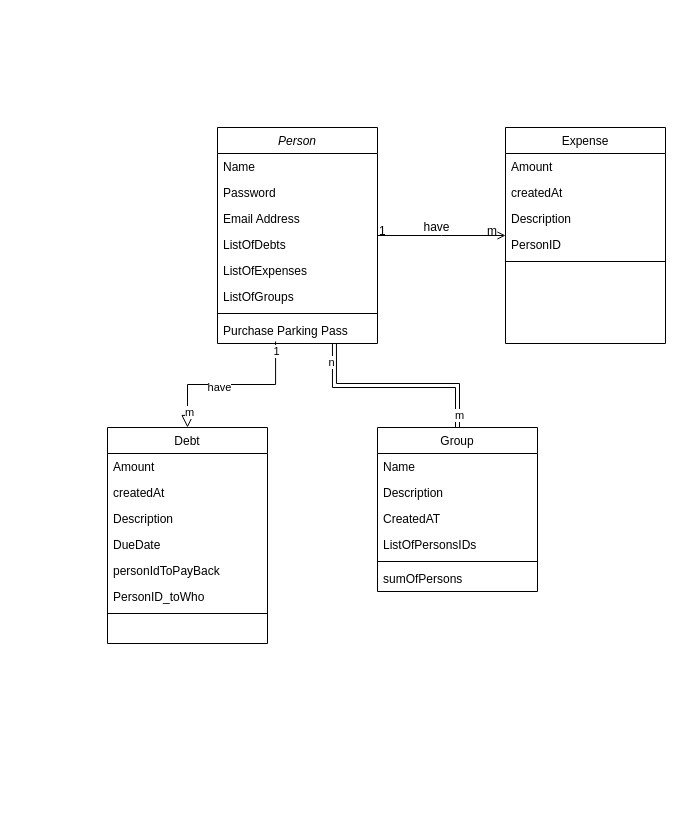
This is Untitled Diagram.drawio from herianp/expense-sharing-app, a draw.io file, before an edit. Source tidied: cells renumbered, new cells numbered last; positions are measured from the earlier drawing's top-left corner, leaving out a move shared by most shapes. Both pictures are drawn from the tidied source at 100%, with x=0, y=0 at pixel (107, 127).
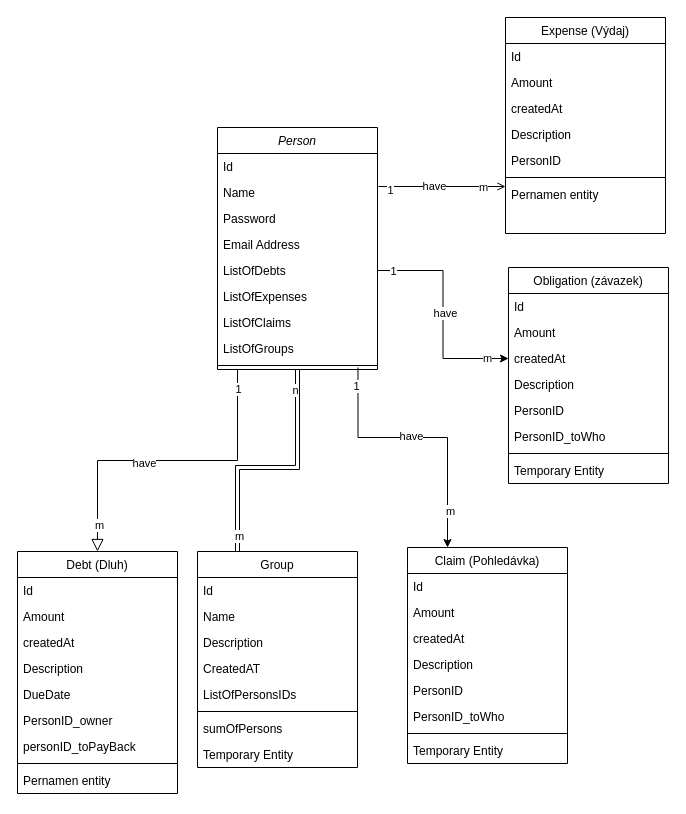
The same diagram, later.

The edit, as a diff of the source:
```diff
@@
     <mxCell id="2" value="Person" style="swimlane;fontStyle=2;align=center;verticalAlign=top;horizontal=1;startSize=26;rounded=0;shadow=0;strokeWidth=1;" parent="1" vertex="1">
-      <mxGeometry x="110" width="160" height="216" as="geometry" />
+      <mxGeometry x="110" width="160" height="242" as="geometry" />
     </mxCell>
+    <mxCell id="43" value="Id" style="text;align=left;verticalAlign=top;spacingLeft=4;spacingRight=4;overflow=hidden;" parent="2" vertex="1">
+      <mxGeometry y="26" width="160" height="26" as="geometry" />
+    </mxCell>
     <mxCell id="3" value="Name" style="text;align=left;verticalAlign=top;spacingLeft=4;spacingRight=4;overflow=hidden;points=[[0,0.5],[1,0.5]];portConstraint=eastwest;" parent="2" vertex="1">
-      <mxGeometry y="26" width="160" height="26" as="geometry" />
+      <mxGeometry y="52" width="160" height="26" as="geometry" />
     </mxCell>
     <mxCell id="4" value="Password" style="text;align=left;verticalAlign=top;spacingLeft=4;spacingRight=4;overflow=hidden;rounded=0;shadow=0;html=0;" parent="2" vertex="1">
-      <mxGeometry y="52" width="160" height="26" as="geometry" />
+      <mxGeometry y="78" width="160" height="26" as="geometry" />
     </mxCell>
     <mxCell id="5" value="Email Address" style="text;align=left;verticalAlign=top;spacingLeft=4;spacingRight=4;overflow=hidden;rounded=0;shadow=0;html=0;" parent="2" vertex="1">
-      <mxGeometry y="78" width="160" height="26" as="geometry" />
+      <mxGeometry y="104" width="160" height="26" as="geometry" />
     </mxCell>
     <mxCell id="6" value="ListOfDebts" style="text;align=left;verticalAlign=top;spacingLeft=4;spacingRight=4;overflow=hidden;points=[[0,0.5],[1,0.5]];portConstraint=eastwest;rounded=0;shadow=0;html=0;" parent="2" vertex="1">
-      <mxGeometry y="104" width="160" height="26" as="geometry" />
+      <mxGeometry y="130" width="160" height="26" as="geometry" />
     </mxCell>
     <mxCell id="7" value="ListOfExpenses" style="text;align=left;verticalAlign=top;spacingLeft=4;spacingRight=4;overflow=hidden;rounded=0;shadow=0;html=0;" parent="2" vertex="1">
-      <mxGeometry y="130" width="160" height="26" as="geometry" />
+      <mxGeometry y="156" width="160" height="26" as="geometry" />
     </mxCell>
+    <mxCell id="44" value="ListOfClaims" style="text;align=left;verticalAlign=top;spacingLeft=4;spacingRight=4;overflow=hidden;rounded=0;shadow=0;html=0;" parent="2" vertex="1">
+      <mxGeometry y="182" width="160" height="26" as="geometry" />
+    </mxCell>
     <mxCell id="8" value="ListOfGroups" style="text;align=left;verticalAlign=top;spacingLeft=4;spacingRight=4;overflow=hidden;rounded=0;shadow=0;html=0;" parent="2" vertex="1">
-      <mxGeometry y="156" width="160" height="26" as="geometry" />
+      <mxGeometry y="208" width="160" height="26" as="geometry" />
     </mxCell>
     <mxCell id="9" style="line;html=1;strokeWidth=1;align=left;verticalAlign=middle;spacingTop=-1;spacingLeft=3;spacingRight=3;labelPosition=right;points=[];portConstraint=eastwest;" parent="2" vertex="1">
-      <mxGeometry y="182" width="160" height="8" as="geometry" />
+      <mxGeometry y="234" width="160" height="8" as="geometry" />
     </mxCell>
-    <mxCell id="10" value="Purchase Parking Pass" style="text;align=left;verticalAlign=top;spacingLeft=4;spacingRight=4;overflow=hidden;points=[[0,0.5],[1,0.5]];portConstraint=eastwest;" parent="2" vertex="1">
-      <mxGeometry y="190" width="160" height="26" as="geometry" />
-    </mxCell>
-    <mxCell id="11" style="endArrow=block;endSize=10;endFill=0;shadow=0;strokeWidth=1;rounded=0;edgeStyle=elbowEdgeStyle;elbow=vertical;exitX=0.363;exitY=0.923;exitDx=0;exitDy=0;exitPerimeter=0;entryX=0.5;entryY=0;entryDx=0;entryDy=0;" parent="1" edge="1" source="10" target="35">
-      <mxGeometry relative="1" as="geometry" />
+    <mxCell id="11" style="endArrow=block;endSize=10;endFill=0;shadow=0;strokeWidth=1;rounded=0;edgeStyle=elbowEdgeStyle;elbow=vertical;entryX=0.5;entryY=0;entryDx=0;entryDy=0;" parent="1" edge="1" target="35">
+      <mxGeometry relative="1" as="geometry">
+        <mxPoint x="130" y="242" as="sourcePoint" />
+      </mxGeometry>
     </mxCell>
@@
     <mxCell id="15" value="Group" style="swimlane;fontStyle=0;align=center;verticalAlign=top;horizontal=1;startSize=26;rounded=0;shadow=0;strokeWidth=1;" parent="1" vertex="1">
-      <mxGeometry x="270" y="300" width="160" height="164" as="geometry" />
+      <mxGeometry x="90" y="424" width="160" height="216" as="geometry" />
     </mxCell>
+    <mxCell id="45" value="Id" style="text;align=left;verticalAlign=top;spacingLeft=4;spacingRight=4;overflow=hidden;" parent="15" vertex="1">
+      <mxGeometry y="26" width="160" height="26" as="geometry" />
+    </mxCell>
     <mxCell id="16" value="Name" style="text;align=left;verticalAlign=top;spacingLeft=4;spacingRight=4;overflow=hidden;" parent="15" vertex="1">
-      <mxGeometry y="26" width="160" height="26" as="geometry" />
+      <mxGeometry y="52" width="160" height="26" as="geometry" />
     </mxCell>
     <mxCell id="17" value="Description" style="text;align=left;verticalAlign=top;spacingLeft=4;spacingRight=4;overflow=hidden;" parent="15" vertex="1">
-      <mxGeometry y="52" width="160" height="26" as="geometry" />
+      <mxGeometry y="78" width="160" height="26" as="geometry" />
     </mxCell>
     <mxCell id="18" value="CreatedAT" style="text;align=left;verticalAlign=top;spacingLeft=4;spacingRight=4;overflow=hidden;" parent="15" vertex="1">
-      <mxGeometry y="78" width="160" height="26" as="geometry" />
+      <mxGeometry y="104" width="160" height="26" as="geometry" />
     </mxCell>
     <mxCell id="19" value="ListOfPersonsIDs" style="text;align=left;verticalAlign=top;spacingLeft=4;spacingRight=4;overflow=hidden;" parent="15" vertex="1">
-      <mxGeometry y="104" width="160" height="26" as="geometry" />
+      <mxGeometry y="130" width="160" height="26" as="geometry" />
     </mxCell>
     <mxCell id="20" style="line;html=1;strokeWidth=1;align=left;verticalAlign=middle;spacingTop=-1;spacingLeft=3;spacingRight=3;labelPosition=right;" parent="15" vertex="1">
-      <mxGeometry y="130" width="160" height="8" as="geometry" />
+      <mxGeometry y="156" width="160" height="8" as="geometry" />
     </mxCell>
     <mxCell id="21" value="sumOfPersons" style="text;align=left;verticalAlign=top;spacingLeft=4;spacingRight=4;overflow=hidden;" parent="15" vertex="1">
-      <mxGeometry y="138" width="160" height="26" as="geometry" />
+      <mxGeometry y="164" width="160" height="26" as="geometry" />
     </mxCell>
+    <mxCell id="46" value="Temporary Entity&#10;" style="text;align=left;verticalAlign=top;spacingLeft=4;spacingRight=4;overflow=hidden;rounded=0;shadow=0;html=0;" parent="15" vertex="1">
+      <mxGeometry y="190" width="160" height="26" as="geometry" />
+    </mxCell>
-    <mxCell id="22" style="endArrow=block;endFill=0;shadow=0;strokeWidth=1;rounded=0;edgeStyle=elbowEdgeStyle;elbow=vertical;exitX=0.5;exitY=0;exitDx=0;exitDy=0;entryX=0.731;entryY=1;entryDx=0;entryDy=0;entryPerimeter=0;shape=link;" parent="1" edge="1" source="15" target="10">
-      <mxGeometry relative="1" as="geometry" />
+    <mxCell id="22" style="endArrow=block;endFill=0;shadow=0;strokeWidth=1;rounded=0;edgeStyle=elbowEdgeStyle;elbow=vertical;exitX=0.25;exitY=0;exitDx=0;exitDy=0;entryX=0.5;entryY=1;entryDx=0;entryDy=0;shape=link;" parent="1" edge="1" source="15" target="2">
+      <mxGeometry relative="1" as="geometry">
+        <Array as="points">
+          <mxPoint x="190" y="340" />
+        </Array>
+      </mxGeometry>
     </mxCell>
@@
-    <mxCell id="25" value="Expense" style="swimlane;fontStyle=0;align=center;verticalAlign=top;horizontal=1;startSize=26;rounded=0;shadow=0;strokeWidth=1;" parent="1" vertex="1">
-      <mxGeometry x="398" width="160" height="216" as="geometry" />
+    <mxCell id="25" value="Expense (Výdaj)" style="swimlane;fontStyle=0;align=center;verticalAlign=top;horizontal=1;startSize=26;rounded=0;shadow=0;strokeWidth=1;" parent="1" vertex="1">
+      <mxGeometry x="398" y="-110" width="160" height="216" as="geometry" />
     </mxCell>
+    <mxCell id="47" value="Id" style="text;align=left;verticalAlign=top;spacingLeft=4;spacingRight=4;overflow=hidden;" parent="25" vertex="1">
+      <mxGeometry y="26" width="160" height="26" as="geometry" />
+    </mxCell>
     <mxCell id="26" value="Amount" style="text;align=left;verticalAlign=top;spacingLeft=4;spacingRight=4;overflow=hidden;" parent="25" vertex="1">
-      <mxGeometry y="26" width="160" height="26" as="geometry" />
+      <mxGeometry y="52" width="160" height="26" as="geometry" />
     </mxCell>
     <mxCell id="27" value="createdAt" style="text;align=left;verticalAlign=top;spacingLeft=4;spacingRight=4;overflow=hidden;rounded=0;shadow=0;html=0;" parent="25" vertex="1">
-      <mxGeometry y="52" width="160" height="26" as="geometry" />
+      <mxGeometry y="78" width="160" height="26" as="geometry" />
     </mxCell>
     <mxCell id="28" value="Description" style="text;align=left;verticalAlign=top;spacingLeft=4;spacingRight=4;overflow=hidden;rounded=0;shadow=0;html=0;" parent="25" vertex="1">
-      <mxGeometry y="78" width="160" height="26" as="geometry" />
+      <mxGeometry y="104" width="160" height="26" as="geometry" />
     </mxCell>
     <mxCell id="29" value="PersonID" style="text;align=left;verticalAlign=top;spacingLeft=4;spacingRight=4;overflow=hidden;rounded=0;shadow=0;html=0;" parent="25" vertex="1">
-      <mxGeometry y="104" width="160" height="26" as="geometry" />
+      <mxGeometry y="130" width="160" height="26" as="geometry" />
     </mxCell>
     <mxCell id="30" style="line;html=1;strokeWidth=1;align=left;verticalAlign=middle;spacingTop=-1;spacingLeft=3;spacingRight=3;labelPosition=right;" parent="25" vertex="1">
-      <mxGeometry y="130" width="160" height="8" as="geometry" />
+      <mxGeometry y="156" width="160" height="8" as="geometry" />
     </mxCell>
+    <mxCell id="48" value="Pernamen entity" style="text;align=left;verticalAlign=top;spacingLeft=4;spacingRight=4;overflow=hidden;rounded=0;shadow=0;html=0;" parent="25" vertex="1">
+      <mxGeometry y="164" width="160" height="26" as="geometry" />
+    </mxCell>
-    <mxCell id="31" style="endArrow=open;shadow=0;strokeWidth=1;rounded=0;endFill=1;edgeStyle=elbowEdgeStyle;elbow=vertical;" parent="1" edge="1" source="2" target="25">
+    <mxCell id="31" style="endArrow=open;shadow=0;strokeWidth=1;rounded=0;endFill=1;edgeStyle=elbowEdgeStyle;elbow=vertical;exitX=1.006;exitY=0.269;exitDx=0;exitDy=0;exitPerimeter=0;" parent="1" edge="1" source="3" target="25">
       <mxGeometry x="0.5" y="41" relative="1" as="geometry">
         <mxPoint x="-40" y="32" as="offset" />
       </mxGeometry>
     </mxCell>
-    <mxCell id="32" value="1" style="align=left;verticalAlign=bottom;labelBackgroundColor=none;fontSize=12;" parent="31" vertex="1">
-      <mxGeometry x="-1" relative="1" as="geometry">
-        <mxPoint y="4" as="offset" />
-      </mxGeometry>
-    </mxCell>
-    <mxCell id="33" value="m" style="align=right;verticalAlign=bottom;labelBackgroundColor=none;fontSize=12;" parent="31" vertex="1">
-      <mxGeometry x="1" relative="1" as="geometry">
-        <mxPoint x="-7" y="4" as="offset" />
-      </mxGeometry>
-    </mxCell>
-    <mxCell id="34" value="have" style="text;html=1;align=center;verticalAlign=middle;labelBackgroundColor=none;rounded=0;shadow=0;strokeWidth=1;fontSize=12;" parent="31" vertex="1">
-      <mxGeometry x="0.5" y="49" relative="1" as="geometry">
-        <mxPoint x="-38" y="40" as="offset" />
-      </mxGeometry>
-    </mxCell>
+    <mxCell id="49" value="m" style="edgeLabel;html=1;align=center;verticalAlign=middle;" parent="31" vertex="1">
+      <mxGeometry x="0.66" relative="1" as="geometry" />
+    </mxCell>
+    <mxCell id="50" value="have" style="edgeLabel;html=1;align=center;verticalAlign=middle;" parent="31" vertex="1">
+      <mxGeometry x="-0.12" y="1" relative="1" as="geometry" />
+    </mxCell>
+    <mxCell id="51" value="1" style="edgeLabel;html=1;align=center;verticalAlign=middle;" parent="31" vertex="1">
+      <mxGeometry x="-0.81" y="-3" relative="1" as="geometry" />
+    </mxCell>
-    <mxCell id="35" value="Debt" style="swimlane;fontStyle=0;align=center;verticalAlign=top;horizontal=1;startSize=26;rounded=0;shadow=0;strokeWidth=1;" parent="1" vertex="1">
-      <mxGeometry y="300" width="160" height="216" as="geometry" />
+    <mxCell id="35" value="Debt (Dluh)" style="swimlane;fontStyle=0;align=center;verticalAlign=top;horizontal=1;startSize=26;rounded=0;shadow=0;strokeWidth=1;" parent="1" vertex="1">
+      <mxGeometry x="-90" y="424" width="160" height="242" as="geometry" />
     </mxCell>
+    <mxCell id="52" value="Id" style="text;align=left;verticalAlign=top;spacingLeft=4;spacingRight=4;overflow=hidden;" parent="35" vertex="1">
+      <mxGeometry y="26" width="160" height="26" as="geometry" />
+    </mxCell>
     <mxCell id="36" value="Amount" style="text;align=left;verticalAlign=top;spacingLeft=4;spacingRight=4;overflow=hidden;" parent="35" vertex="1">
-      <mxGeometry y="26" width="160" height="26" as="geometry" />
+      <mxGeometry y="52" width="160" height="26" as="geometry" />
     </mxCell>
     <mxCell id="37" value="createdAt" style="text;align=left;verticalAlign=top;spacingLeft=4;spacingRight=4;overflow=hidden;rounded=0;shadow=0;html=0;" parent="35" vertex="1">
-      <mxGeometry y="52" width="160" height="26" as="geometry" />
+      <mxGeometry y="78" width="160" height="26" as="geometry" />
     </mxCell>
     <mxCell id="38" value="Description" style="text;align=left;verticalAlign=top;spacingLeft=4;spacingRight=4;overflow=hidden;rounded=0;shadow=0;html=0;" parent="35" vertex="1">
-      <mxGeometry y="78" width="160" height="26" as="geometry" />
+      <mxGeometry y="104" width="160" height="26" as="geometry" />
     </mxCell>
     <mxCell id="39" value="DueDate" style="text;align=left;verticalAlign=top;spacingLeft=4;spacingRight=4;overflow=hidden;rounded=0;shadow=0;html=0;" parent="35" vertex="1">
-      <mxGeometry y="104" width="160" height="26" as="geometry" />
+      <mxGeometry y="130" width="160" height="26" as="geometry" />
     </mxCell>
+    <mxCell id="41" value="PersonID_owner" style="text;align=left;verticalAlign=top;spacingLeft=4;spacingRight=4;overflow=hidden;rounded=0;shadow=0;html=0;" parent="35" vertex="1">
+      <mxGeometry y="156" width="160" height="26" as="geometry" />
+    </mxCell>
-    <mxCell id="40" value="personIdToPayBack" style="text;align=left;verticalAlign=top;spacingLeft=4;spacingRight=4;overflow=hidden;rounded=0;shadow=0;html=0;" parent="35" vertex="1">
-      <mxGeometry y="130" width="160" height="26" as="geometry" />
+    <mxCell id="40" value="personID_toPayBack" style="text;align=left;verticalAlign=top;spacingLeft=4;spacingRight=4;overflow=hidden;rounded=0;shadow=0;html=0;" parent="35" vertex="1">
+      <mxGeometry y="182" width="160" height="26" as="geometry" />
     </mxCell>
-    <mxCell id="41" value="PersonID_toWho" style="text;align=left;verticalAlign=top;spacingLeft=4;spacingRight=4;overflow=hidden;rounded=0;shadow=0;html=0;" parent="35" vertex="1">
-      <mxGeometry y="156" width="160" height="26" as="geometry" />
-    </mxCell>
     <mxCell id="42" style="line;html=1;strokeWidth=1;align=left;verticalAlign=middle;spacingTop=-1;spacingLeft=3;spacingRight=3;labelPosition=right;" parent="35" vertex="1">
-      <mxGeometry y="182" width="160" height="8" as="geometry" />
+      <mxGeometry y="208" width="160" height="8" as="geometry" />
     </mxCell>
+    <mxCell id="53" value="Pernamen entity" style="text;align=left;verticalAlign=top;spacingLeft=4;spacingRight=4;overflow=hidden;rounded=0;shadow=0;html=0;" parent="35" vertex="1">
+      <mxGeometry y="216" width="160" height="26" as="geometry" />
+    </mxCell>
+    <mxCell id="54" value="Claim (Pohledávka)" style="swimlane;fontStyle=0;align=center;verticalAlign=top;horizontal=1;startSize=26;rounded=0;shadow=0;strokeWidth=1;" parent="1" vertex="1">
+      <mxGeometry x="300" y="420" width="160" height="216" as="geometry" />
+    </mxCell>
+    <mxCell id="55" value="Id" style="text;align=left;verticalAlign=top;spacingLeft=4;spacingRight=4;overflow=hidden;" parent="54" vertex="1">
+      <mxGeometry y="26" width="160" height="26" as="geometry" />
+    </mxCell>
+    <mxCell id="56" value="Amount" style="text;align=left;verticalAlign=top;spacingLeft=4;spacingRight=4;overflow=hidden;" parent="54" vertex="1">
+      <mxGeometry y="52" width="160" height="26" as="geometry" />
+    </mxCell>
+    <mxCell id="57" value="createdAt" style="text;align=left;verticalAlign=top;spacingLeft=4;spacingRight=4;overflow=hidden;rounded=0;shadow=0;html=0;" parent="54" vertex="1">
+      <mxGeometry y="78" width="160" height="26" as="geometry" />
+    </mxCell>
+    <mxCell id="58" value="Description" style="text;align=left;verticalAlign=top;spacingLeft=4;spacingRight=4;overflow=hidden;rounded=0;shadow=0;html=0;" parent="54" vertex="1">
+      <mxGeometry y="104" width="160" height="26" as="geometry" />
+    </mxCell>
+    <mxCell id="59" value="PersonID" style="text;align=left;verticalAlign=top;spacingLeft=4;spacingRight=4;overflow=hidden;rounded=0;shadow=0;html=0;" parent="54" vertex="1">
+      <mxGeometry y="130" width="160" height="26" as="geometry" />
+    </mxCell>
+    <mxCell id="60" value="PersonID_toWho" style="text;align=left;verticalAlign=top;spacingLeft=4;spacingRight=4;overflow=hidden;rounded=0;shadow=0;html=0;" parent="54" vertex="1">
+      <mxGeometry y="156" width="160" height="26" as="geometry" />
+    </mxCell>
+    <mxCell id="61" style="line;html=1;strokeWidth=1;align=left;verticalAlign=middle;spacingTop=-1;spacingLeft=3;spacingRight=3;labelPosition=right;" parent="54" vertex="1">
+      <mxGeometry y="182" width="160" height="8" as="geometry" />
+    </mxCell>
+    <mxCell id="62" value="Temporary Entity&#10;" style="text;align=left;verticalAlign=top;spacingLeft=4;spacingRight=4;overflow=hidden;rounded=0;shadow=0;html=0;" parent="54" vertex="1">
+      <mxGeometry y="190" width="160" height="26" as="geometry" />
+    </mxCell>
+    <mxCell id="63" style="edgeStyle=orthogonalEdgeStyle;rounded=0;jettySize=auto;html=1;entryX=0.25;entryY=0;entryDx=0;entryDy=0;exitX=0.878;exitY=0.75;exitDx=0;exitDy=0;exitPerimeter=0;" parent="1" edge="1" source="9" target="54">
+      <mxGeometry relative="1" as="geometry">
+        <Array as="points">
+          <mxPoint x="251" y="310" />
+          <mxPoint x="340" y="310" />
+        </Array>
+      </mxGeometry>
+    </mxCell>
+    <mxCell id="64" value="m" style="edgeLabel;html=1;align=center;verticalAlign=middle;" parent="63" vertex="1">
+      <mxGeometry x="0.73" y="2" relative="1" as="geometry" />
+    </mxCell>
+    <mxCell id="65" value="have" style="edgeLabel;html=1;align=center;verticalAlign=middle;" parent="63" vertex="1">
+      <mxGeometry x="-0.09" y="2" relative="1" as="geometry" />
+    </mxCell>
+    <mxCell id="66" value="1" style="edgeLabel;html=1;align=center;verticalAlign=middle;" parent="63" vertex="1">
+      <mxGeometry x="-0.87" y="-2" relative="1" as="geometry" />
+    </mxCell>
+    <mxCell id="67" value="Obligation (závazek)" style="swimlane;fontStyle=0;align=center;verticalAlign=top;horizontal=1;startSize=26;rounded=0;shadow=0;strokeWidth=1;" parent="1" vertex="1">
+      <mxGeometry x="401" y="140" width="160" height="216" as="geometry" />
+    </mxCell>
+    <mxCell id="68" value="Id" style="text;align=left;verticalAlign=top;spacingLeft=4;spacingRight=4;overflow=hidden;" parent="67" vertex="1">
+      <mxGeometry y="26" width="160" height="26" as="geometry" />
+    </mxCell>
+    <mxCell id="69" value="Amount" style="text;align=left;verticalAlign=top;spacingLeft=4;spacingRight=4;overflow=hidden;" parent="67" vertex="1">
+      <mxGeometry y="52" width="160" height="26" as="geometry" />
+    </mxCell>
+    <mxCell id="70" value="createdAt" style="text;align=left;verticalAlign=top;spacingLeft=4;spacingRight=4;overflow=hidden;points=[[0,0.5],[1,0.5]];portConstraint=eastwest;rounded=0;shadow=0;html=0;" parent="67" vertex="1">
+      <mxGeometry y="78" width="160" height="26" as="geometry" />
+    </mxCell>
+    <mxCell id="71" value="Description" style="text;align=left;verticalAlign=top;spacingLeft=4;spacingRight=4;overflow=hidden;rounded=0;shadow=0;html=0;" parent="67" vertex="1">
+      <mxGeometry y="104" width="160" height="26" as="geometry" />
+    </mxCell>
+    <mxCell id="72" value="PersonID" style="text;align=left;verticalAlign=top;spacingLeft=4;spacingRight=4;overflow=hidden;rounded=0;shadow=0;html=0;" parent="67" vertex="1">
+      <mxGeometry y="130" width="160" height="26" as="geometry" />
+    </mxCell>
+    <mxCell id="73" value="PersonID_toWho" style="text;align=left;verticalAlign=top;spacingLeft=4;spacingRight=4;overflow=hidden;rounded=0;shadow=0;html=0;" parent="67" vertex="1">
+      <mxGeometry y="156" width="160" height="26" as="geometry" />
+    </mxCell>
+    <mxCell id="74" style="line;html=1;strokeWidth=1;align=left;verticalAlign=middle;spacingTop=-1;spacingLeft=3;spacingRight=3;labelPosition=right;" parent="67" vertex="1">
+      <mxGeometry y="182" width="160" height="8" as="geometry" />
+    </mxCell>
+    <mxCell id="75" value="Temporary Entity&#10;" style="text;align=left;verticalAlign=top;spacingLeft=4;spacingRight=4;overflow=hidden;rounded=0;shadow=0;html=0;" parent="67" vertex="1">
+      <mxGeometry y="190" width="160" height="26" as="geometry" />
+    </mxCell>
+    <mxCell id="76" style="edgeStyle=orthogonalEdgeStyle;rounded=0;jettySize=auto;html=1;exitX=1;exitY=0.5;exitDx=0;exitDy=0;entryX=0;entryY=0.5;entryDx=0;entryDy=0;" parent="1" edge="1" source="6" target="70">
+      <mxGeometry relative="1" as="geometry" />
+    </mxCell>
+    <mxCell id="77" value="1" style="edgeLabel;html=1;align=center;verticalAlign=middle;" parent="76" vertex="1">
+      <mxGeometry x="-0.86" relative="1" as="geometry" />
+    </mxCell>
+    <mxCell id="78" value="m" style="edgeLabel;html=1;align=center;verticalAlign=middle;" parent="76" vertex="1">
+      <mxGeometry x="0.84" y="1" relative="1" as="geometry">
+        <mxPoint x="-4" as="offset" />
+      </mxGeometry>
+    </mxCell>
+    <mxCell id="79" value="have" style="edgeLabel;html=1;align=center;verticalAlign=middle;" parent="76" vertex="1">
+      <mxGeometry x="-0.01" y="2" relative="1" as="geometry" />
+    </mxCell>
```
